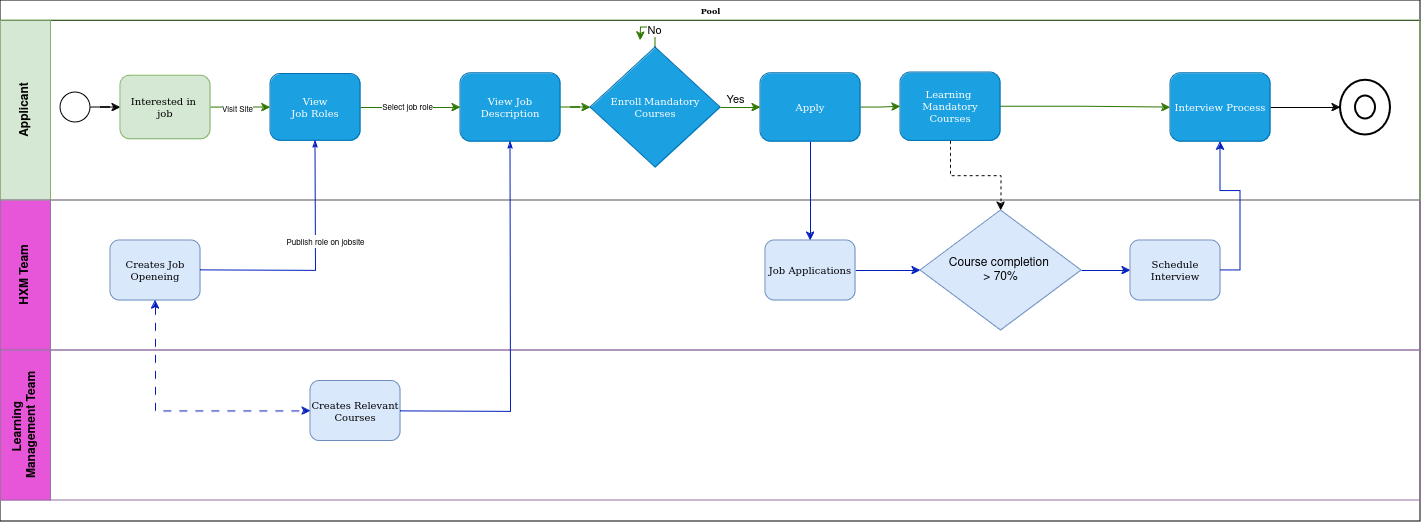
Meharaj-thoufik/Quality-Candidate-Recruit keeps this draw.io diagram as BPMN/Untitled Diagram.drawio.png. Above is the earlier version. Source tidied: cells renumbered, new cells last; positions are measured from the earlier drawing's top-left corner, leaving out a move shared by most shapes.
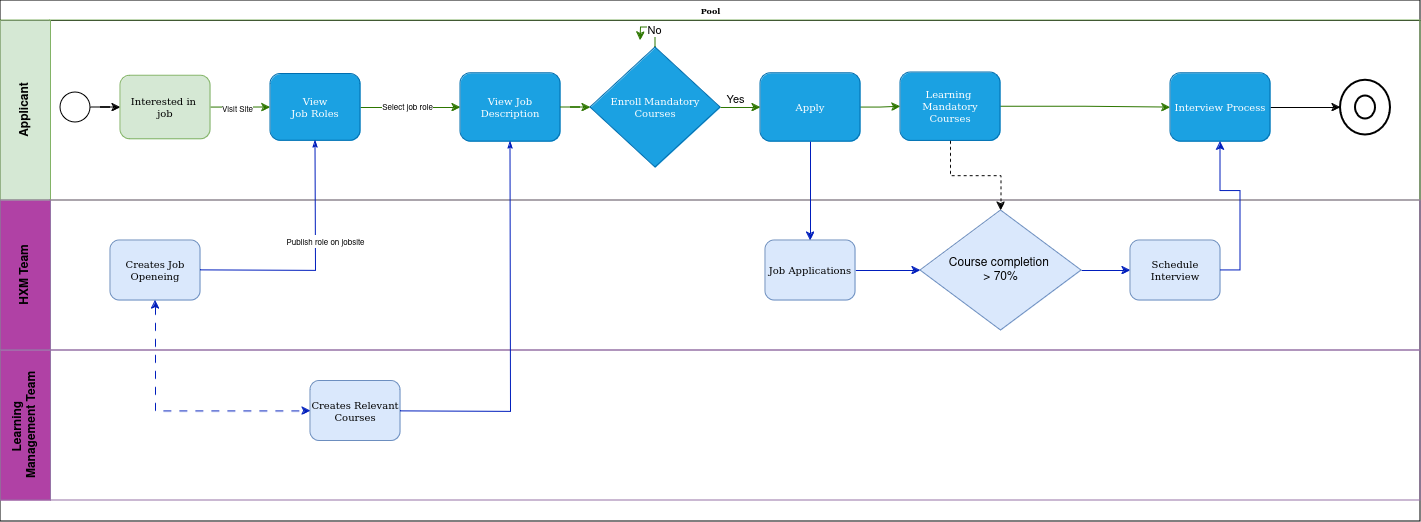
The same file after the commit.

The edit, as a diff of the source:
```diff
@@ -83,7 +83,7 @@
     <mxCell id="26" style="strokeWidth=2;html=1;shape=mxgraph.flowchart.start_2;whiteSpace=wrap;" parent="3" vertex="1">
       <mxGeometry x="1355" y="75.5" width="20" height="23" as="geometry" />
     </mxCell>
-    <mxCell id="27" value="HXM Team" style="swimlane;html=1;startSize=50;horizontal=0;fillColor=#E755D8;strokeColor=#9673a6;swimlaneFillColor=none;" parent="2" vertex="1">
+    <mxCell id="27" value="HXM Team" style="swimlane;html=1;startSize=50;horizontal=0;fillColor=#B041A5;strokeColor=#9673a6;swimlaneFillColor=none;" parent="2" vertex="1">
       <mxGeometry y="200" width="1420" height="150" as="geometry" />
     </mxCell>
     <mxCell id="28" value="&lt;font size=&quot;1&quot;&gt;&lt;span&gt;Creates Job Openeing &lt;/span&gt;&lt;/font&gt;" style="rounded=1;whiteSpace=wrap;html=1;shadow=0;labelBackgroundColor=none;strokeWidth=1;fontFamily=Verdana;fontSize=8;align=center;fillColor=#dae8fc;strokeColor=#6c8ebf;" parent="27" vertex="1">
@@ -104,7 +104,7 @@
     <mxCell id="33" value="&lt;font style=&quot;font-size: 10px;&quot;&gt;Schedule Interview &lt;br&gt;&lt;/font&gt;" style="rounded=1;whiteSpace=wrap;html=1;shadow=0;labelBackgroundColor=none;strokeWidth=1;fontFamily=Verdana;fontSize=8;align=center;fillColor=#dae8fc;strokeColor=#6c8ebf;" parent="27" vertex="1">
       <mxGeometry x="1130" y="40" width="90" height="60" as="geometry" />
     </mxCell>
-    <mxCell id="34" value="&lt;div&gt;Learning&amp;nbsp;&lt;/div&gt;&lt;div&gt;Management Team&lt;br&gt;&lt;/div&gt;" style="swimlane;html=1;startSize=50;horizontal=0;fillColor=#E755D8;strokeColor=#9673a6;swimlaneFillColor=none;" parent="2" vertex="1">
+    <mxCell id="34" value="&lt;div&gt;Learning&amp;nbsp;&lt;/div&gt;&lt;div&gt;Management Team&lt;br&gt;&lt;/div&gt;" style="swimlane;html=1;startSize=50;horizontal=0;fillColor=#B041A5;strokeColor=#9673a6;swimlaneFillColor=none;" parent="2" vertex="1">
       <mxGeometry y="350" width="1420" height="150" as="geometry" />
     </mxCell>
     <mxCell id="35" value="&lt;div&gt;&lt;font size=&quot;1&quot;&gt;&lt;span&gt;Creates Relevant&lt;/span&gt;&lt;/font&gt;&lt;/div&gt;&lt;div&gt;&lt;font size=&quot;1&quot;&gt;&lt;span&gt;Courses &lt;/span&gt;&lt;/font&gt;&lt;/div&gt;" style="rounded=1;whiteSpace=wrap;html=1;shadow=0;labelBackgroundColor=none;strokeWidth=1;fontFamily=Verdana;fontSize=8;align=center;fillColor=#dae8fc;strokeColor=#6c8ebf;" parent="34" vertex="1">
```
